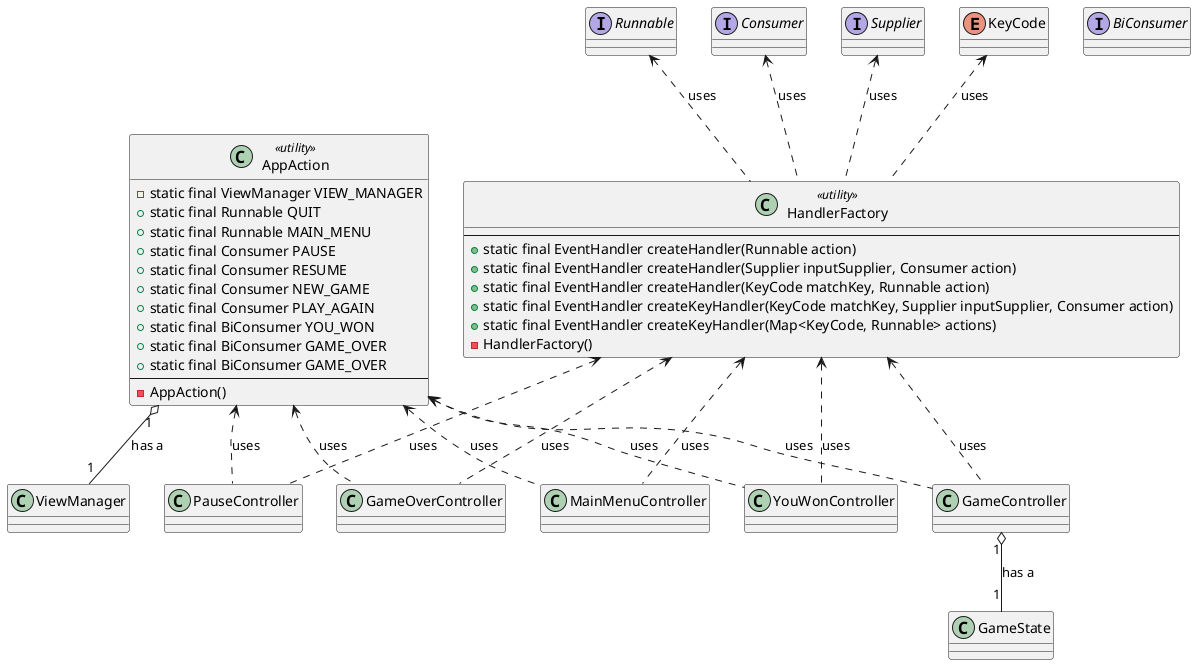
This is uml/controller-class-diagram.png from mithe24/DM575-PacMan, a PlantUML export, as it was before one commit. Its diagram source:
```plantuml
@startuml

interface Runnable
interface Consumer
interface BiConsumer
interface Supplier
enum KeyCode

class ViewManager

class AppAction <<utility>> {
    - static final ViewManager VIEW_MANAGER
    + static final Runnable QUIT
    + static final Runnable MAIN_MENU
    + static final Consumer PAUSE
    + static final Consumer RESUME
    + static final Consumer NEW_GAME
    + static final Consumer PLAY_AGAIN
    + static final BiConsumer YOU_WON
    + static final BiConsumer GAME_OVER
    + static final BiConsumer GAME_OVER
    --
    - AppAction()
}

class HandlerFactory <<utility>> {
    --
    + static final EventHandler createHandler(Runnable action)
    + static final EventHandler createHandler(Supplier inputSupplier, Consumer action)
    + static final EventHandler createHandler(KeyCode matchKey, Runnable action)
    + static final EventHandler createKeyHandler(KeyCode matchKey, Supplier inputSupplier, Consumer action)
    + static final EventHandler createKeyHandler(Map<KeyCode, Runnable> actions)
    - HandlerFactory()
}

class GameState

class GameController
class MainMenuController
class YouWonController
class GameOverController
class PauseController

GameController "1" o-- "1" GameState : has a
AppAction "1" o-- "1" ViewManager : has a

AppAction <.. GameController : uses
AppAction <.. MainMenuController : uses
AppAction <.. YouWonController : uses
AppAction <.. GameOverController : uses
AppAction <.. PauseController : uses

HandlerFactory <.. GameController : uses
HandlerFactory <.. MainMenuController : uses
HandlerFactory <.. YouWonController : uses
HandlerFactory <.. GameOverController : uses
HandlerFactory <.. PauseController : uses

Runnable <.. HandlerFactory : uses
Consumer <.. HandlerFactory : uses
Supplier <.. HandlerFactory : uses
KeyCode <.. HandlerFactory : uses

@enduml
```
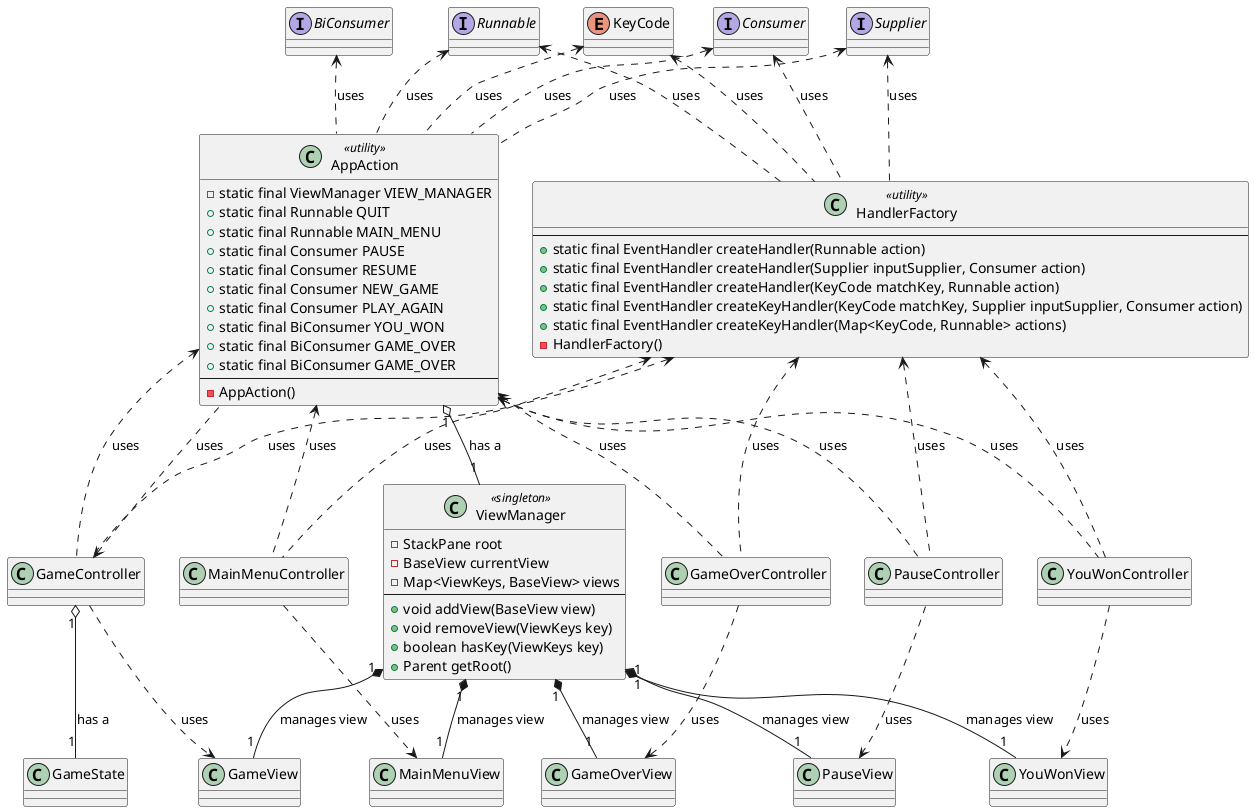
The same file after the commit.

The edit, as a diff of the source:
```diff
@@ -6,7 +6,22 @@
 interface Supplier
 enum KeyCode
 
-class ViewManager
+class GameView
+class MainMenuView
+class YouWonView
+class GameOverView
+class PauseView
+
+class ViewManager <<singleton>> {
+    - StackPane root
+    - BaseView currentView
+    - Map<ViewKeys, BaseView> views
+    --
+    + void addView(BaseView view)
+    + void removeView(ViewKeys key)
+    + boolean hasKey(ViewKeys key)
+    + Parent getRoot()
+}
 
 class AppAction <<utility>> {
     - static final ViewManager VIEW_MANAGER
@@ -61,4 +76,23 @@
 Supplier <.. HandlerFactory : uses
 KeyCode <.. HandlerFactory : uses
 
+Runnable <.. AppAction : uses
+Consumer <.. AppAction : uses
+BiConsumer <.. AppAction : uses
+Supplier <.. AppAction : uses
+KeyCode <.. AppAction : uses
+GameController <.. AppAction : uses
+
+GameController ..> GameView : uses
+MainMenuController ..> MainMenuView : uses
+YouWonController ..> YouWonView : uses
+GameOverController ..> GameOverView : uses
+PauseController ..> PauseView : uses
+
+ViewManager "1" *-- "1" GameView : manages view
+ViewManager "1" *-- "1" MainMenuView : manages view
+ViewManager "1" *-- "1" YouWonView : manages view
+ViewManager "1" *-- "1" GameOverView : manages view
+ViewManager "1" *-- "1" PauseView : manages view
+
 @enduml
```
